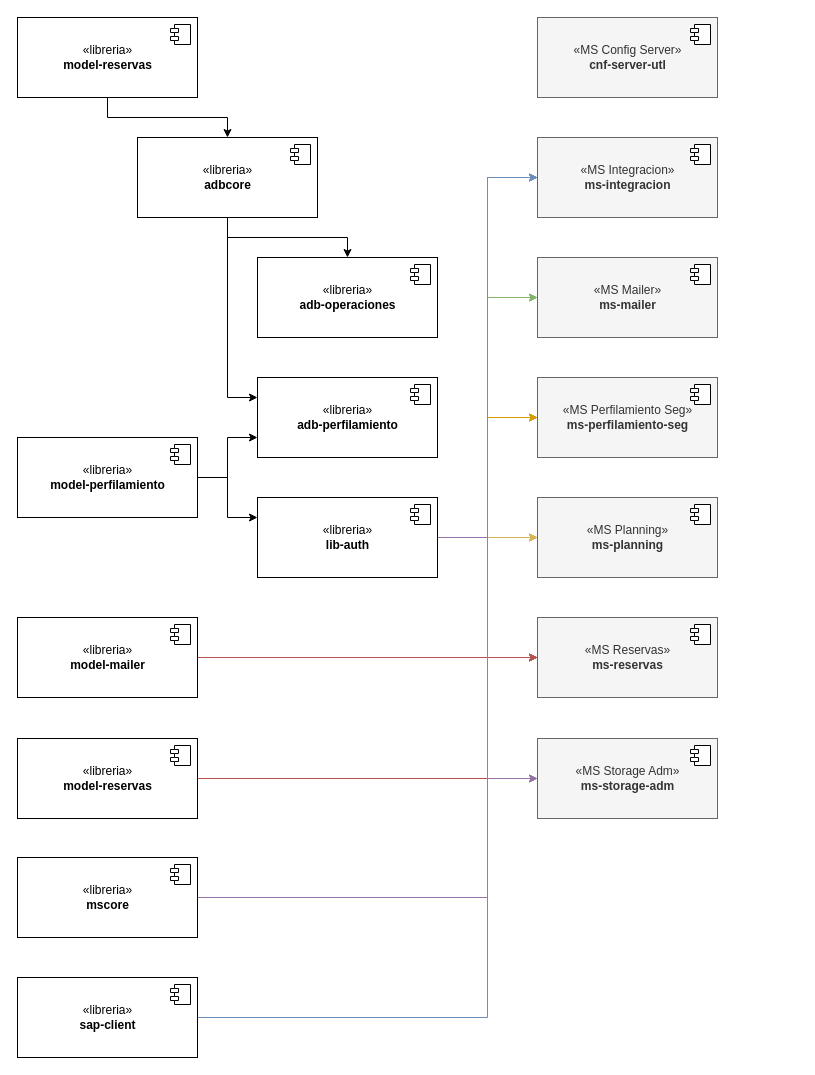
This is globalr/DependenciaReservas.drawio from agasperi/drawio, a draw.io file, before an edit. Source tidied: cells renumbered, new cells numbered last; positions are measured from the earlier drawing's top-left corner, leaving out a move shared by most shapes. Both pictures are drawn from the tidied source at 100%, with x=0, y=0 at pixel (17, 17).
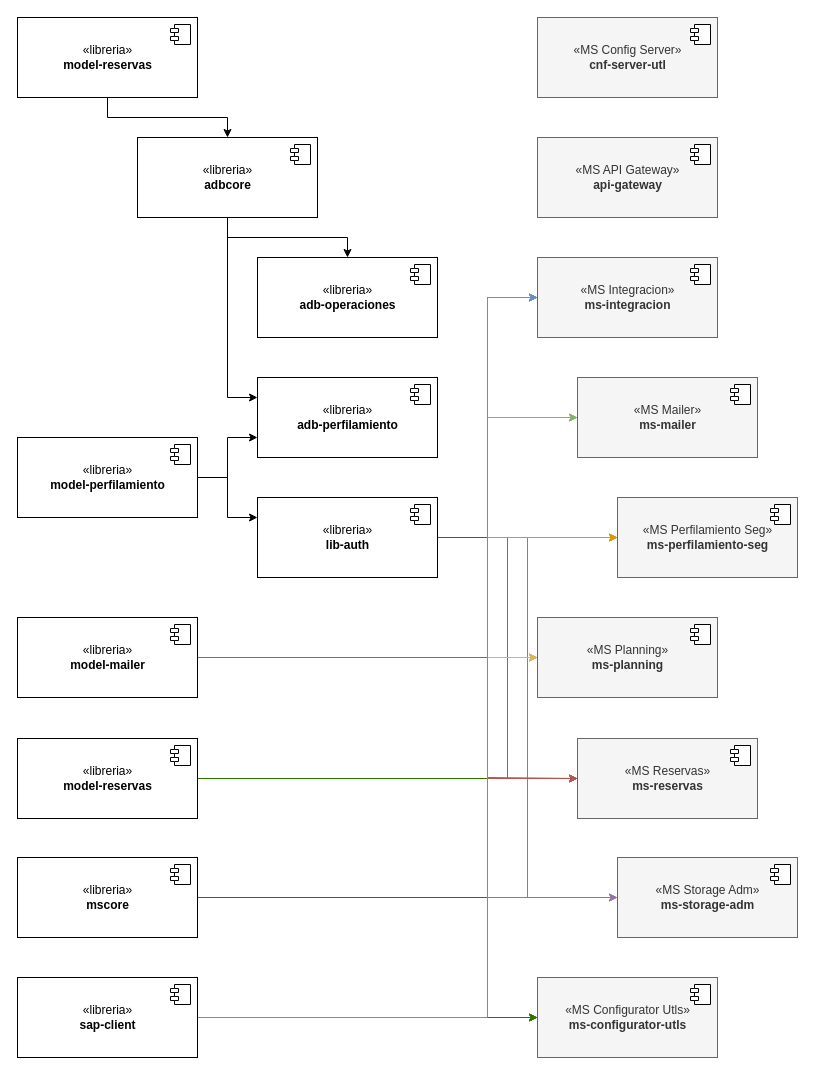
The same page after the edit.

The change refers to these unchanged cells:
```xml
<mxCell id="24" value="«libreria»&lt;br&gt;&lt;b&gt;lib-auth&lt;/b&gt;" style="html=1;" parent="1" vertex="1">
  <mxGeometry x="240" y="480" width="180" height="80" as="geometry" />
</mxCell>
<mxCell id="30" value="«libreria»&lt;br&gt;&lt;b&gt;model-mailer&lt;/b&gt;" style="html=1;" parent="1" vertex="1">
  <mxGeometry y="600" width="180" height="80" as="geometry" />
</mxCell>
<mxCell id="35" value="«libreria»&lt;br&gt;&lt;b&gt;model-reservas&lt;/b&gt;" style="html=1;" parent="1" vertex="1">
  <mxGeometry y="721" width="180" height="80" as="geometry" />
</mxCell>
<mxCell id="43" value="«libreria»&lt;br&gt;&lt;b&gt;mscore&lt;/b&gt;" style="html=1;" parent="1" vertex="1">
  <mxGeometry y="840" width="180" height="80" as="geometry" />
</mxCell>
<mxCell id="48" value="«libreria»&lt;br&gt;&lt;b&gt;sap-client&lt;/b&gt;" style="html=1;" parent="1" vertex="1">
  <mxGeometry y="960" width="180" height="80" as="geometry" />
</mxCell>
```

What changed in the source:
```diff
@@
-    <mxCell id="21" style="edgeStyle=orthogonalEdgeStyle;rounded=0;jettySize=auto;html=1;fillColor=#fff2cc;strokeColor=#d6b656;" parent="1" edge="1" source="24" target="54">
+    <mxCell id="21" style="edgeStyle=orthogonalEdgeStyle;rounded=0;jettySize=auto;html=1;fillColor=#fff2cc;strokeColor=#d6b656;entryX=0;entryY=0.5;entryDx=0;entryDy=0;" parent="1" edge="1" source="24" target="54">
       <mxGeometry relative="1" as="geometry" />
     </mxCell>
@@
+    <mxCell id="60" style="edgeStyle=orthogonalEdgeStyle;rounded=0;jettySize=auto;html=1;entryX=0;entryY=0.5;entryDx=0;entryDy=0;fillColor=#60a917;strokeColor=#2D7600;" parent="1" edge="1" source="24" target="63">
+      <mxGeometry relative="1" as="geometry" />
+    </mxCell>
@@
     <mxCell id="26" style="edgeStyle=orthogonalEdgeStyle;rounded=0;jettySize=auto;html=1;entryX=0;entryY=0.5;entryDx=0;entryDy=0;fillColor=#d5e8d4;strokeColor=#82b366;" parent="1" edge="1" source="30" target="50">
       <mxGeometry relative="1" as="geometry">
         <Array as="points">
           <mxPoint x="470" y="640" />
-          <mxPoint x="470" y="280" />
+          <mxPoint x="470" y="400" />
         </Array>
       </mxGeometry>
     </mxCell>
     <mxCell id="27" style="edgeStyle=orthogonalEdgeStyle;rounded=0;jettySize=auto;html=1;entryX=0;entryY=0.5;entryDx=0;entryDy=0;fillColor=#ffe6cc;strokeColor=#d79b00;" parent="1" edge="1" source="30" target="52">
       <mxGeometry relative="1" as="geometry">
         <Array as="points">
           <mxPoint x="470" y="640" />
-          <mxPoint x="470" y="400" />
+          <mxPoint x="470" y="520" />
         </Array>
       </mxGeometry>
     </mxCell>
     <mxCell id="28" style="edgeStyle=orthogonalEdgeStyle;rounded=0;jettySize=auto;html=1;entryX=0;entryY=0.5;entryDx=0;entryDy=0;fillColor=#fff2cc;strokeColor=#d6b656;" parent="1" edge="1" source="30" target="54">
       <mxGeometry relative="1" as="geometry">
         <Array as="points">
           <mxPoint x="470" y="640" />
-          <mxPoint x="470" y="520" />
+          <mxPoint x="470" y="640" />
         </Array>
       </mxGeometry>
     </mxCell>
-    <mxCell id="29" style="edgeStyle=orthogonalEdgeStyle;rounded=0;jettySize=auto;html=1;fillColor=#f8cecc;strokeColor=#b85450;" parent="1" edge="1" source="30" target="56">
-      <mxGeometry relative="1" as="geometry" />
+    <mxCell id="29" style="edgeStyle=orthogonalEdgeStyle;rounded=0;jettySize=auto;html=1;fillColor=#f8cecc;strokeColor=#b85450;entryX=0;entryY=0.5;entryDx=0;entryDy=0;" parent="1" edge="1" source="30" target="56">
+      <mxGeometry relative="1" as="geometry">
+        <Array as="points">
+          <mxPoint x="490" y="640" />
+          <mxPoint x="490" y="761" />
+        </Array>
+      </mxGeometry>
     </mxCell>
@@
     <mxCell id="32" style="edgeStyle=orthogonalEdgeStyle;rounded=0;jettySize=auto;html=1;fillColor=#dae8fc;strokeColor=#6c8ebf;entryX=0;entryY=0.5;entryDx=0;entryDy=0;" parent="1" edge="1" source="35" target="45">
       <mxGeometry relative="1" as="geometry">
         <Array as="points">
           <mxPoint x="470" y="761" />
-          <mxPoint x="470" y="160" />
+          <mxPoint x="470" y="280" />
         </Array>
       </mxGeometry>
     </mxCell>
     <mxCell id="33" style="edgeStyle=orthogonalEdgeStyle;rounded=0;jettySize=auto;html=1;entryX=0;entryY=0.5;entryDx=0;entryDy=0;fillColor=#fff2cc;strokeColor=#d6b656;" parent="1" edge="1" source="35" target="54">
       <mxGeometry relative="1" as="geometry">
         <Array as="points">
           <mxPoint x="470" y="761" />
-          <mxPoint x="470" y="520" />
+          <mxPoint x="470" y="640" />
         </Array>
       </mxGeometry>
     </mxCell>
     <mxCell id="34" style="edgeStyle=orthogonalEdgeStyle;rounded=0;jettySize=auto;html=1;entryX=0;entryY=0.5;entryDx=0;entryDy=0;fillColor=#f8cecc;strokeColor=#b85450;" parent="1" edge="1" source="35" target="56">
       <mxGeometry relative="1" as="geometry">
         <Array as="points">
           <mxPoint x="470" y="761" />
-          <mxPoint x="470" y="640" />
+          <mxPoint x="470" y="760" />
         </Array>
       </mxGeometry>
     </mxCell>
+    <mxCell id="61" style="edgeStyle=orthogonalEdgeStyle;rounded=0;jettySize=auto;html=1;entryX=0;entryY=0.5;entryDx=0;entryDy=0;fillColor=#60a917;strokeColor=#2D7600;" parent="1" edge="1" source="35" target="63">
+      <mxGeometry relative="1" as="geometry">
+        <Array as="points">
+          <mxPoint x="470" y="761" />
+          <mxPoint x="470" y="1000" />
+        </Array>
+      </mxGeometry>
+    </mxCell>
@@
     <mxCell id="37" style="edgeStyle=orthogonalEdgeStyle;rounded=0;jettySize=auto;html=1;fillColor=#dae8fc;strokeColor=#6c8ebf;entryX=0;entryY=0.5;entryDx=0;entryDy=0;" parent="1" edge="1" source="43" target="45">
       <mxGeometry relative="1" as="geometry">
         <Array as="points">
           <mxPoint x="470" y="880" />
-          <mxPoint x="470" y="160" />
+          <mxPoint x="470" y="280" />
         </Array>
       </mxGeometry>
     </mxCell>
     <mxCell id="38" style="edgeStyle=orthogonalEdgeStyle;rounded=0;jettySize=auto;html=1;entryX=0;entryY=0.5;entryDx=0;entryDy=0;fillColor=#d5e8d4;strokeColor=#82b366;" parent="1" edge="1" source="43" target="50">
       <mxGeometry relative="1" as="geometry">
         <Array as="points">
           <mxPoint x="470" y="880" />
-          <mxPoint x="470" y="280" />
+          <mxPoint x="470" y="400" />
         </Array>
       </mxGeometry>
     </mxCell>
     <mxCell id="39" style="edgeStyle=orthogonalEdgeStyle;rounded=0;jettySize=auto;html=1;entryX=0;entryY=0.5;entryDx=0;entryDy=0;fillColor=#ffe6cc;strokeColor=#d79b00;" parent="1" edge="1" source="43" target="52">
       <mxGeometry relative="1" as="geometry">
         <Array as="points">
           <mxPoint x="470" y="880" />
-          <mxPoint x="470" y="400" />
+          <mxPoint x="470" y="520" />
         </Array>
       </mxGeometry>
     </mxCell>
     <mxCell id="40" style="edgeStyle=orthogonalEdgeStyle;rounded=0;jettySize=auto;html=1;entryX=0;entryY=0.5;entryDx=0;entryDy=0;fillColor=#fff2cc;strokeColor=#d6b656;" parent="1" edge="1" source="43" target="54">
       <mxGeometry relative="1" as="geometry">
         <Array as="points">
           <mxPoint x="470" y="880" />
-          <mxPoint x="470" y="520" />
+          <mxPoint x="470" y="640" />
         </Array>
       </mxGeometry>
     </mxCell>
     <mxCell id="41" style="edgeStyle=orthogonalEdgeStyle;rounded=0;jettySize=auto;html=1;entryX=0;entryY=0.5;entryDx=0;entryDy=0;fillColor=#f8cecc;strokeColor=#b85450;" parent="1" edge="1" source="43" target="56">
       <mxGeometry relative="1" as="geometry">
         <Array as="points">
           <mxPoint x="470" y="880" />
-          <mxPoint x="470" y="640" />
+          <mxPoint x="470" y="761" />
         </Array>
       </mxGeometry>
     </mxCell>
     <mxCell id="42" style="edgeStyle=orthogonalEdgeStyle;rounded=0;jettySize=auto;html=1;entryX=0;entryY=0.5;entryDx=0;entryDy=0;fillColor=#e1d5e7;strokeColor=#9673a6;" parent="1" edge="1" source="43" target="58">
       <mxGeometry relative="1" as="geometry">
         <Array as="points">
-          <mxPoint x="470" y="880" />
-          <mxPoint x="470" y="761" />
+          <mxPoint x="540" y="880" />
+          <mxPoint x="540" y="880" />
         </Array>
       </mxGeometry>
     </mxCell>
+    <mxCell id="62" style="edgeStyle=orthogonalEdgeStyle;rounded=0;jettySize=auto;html=1;fillColor=#60a917;strokeColor=#2D7600;entryX=0;entryY=0.5;entryDx=0;entryDy=0;" parent="1" edge="1" source="43" target="63">
+      <mxGeometry relative="1" as="geometry">
+        <Array as="points">
+          <mxPoint x="470" y="880" />
+          <mxPoint x="470" y="1000" />
+        </Array>
+      </mxGeometry>
+    </mxCell>
@@
     <mxCell id="45" value="«MS Integracion»&lt;br&gt;&lt;b&gt;ms-integracion&lt;/b&gt;" style="html=1;fillColor=#f5f5f5;fontColor=#333333;strokeColor=#666666;" parent="1" vertex="1">
-      <mxGeometry x="520" y="120" width="180" height="80" as="geometry" />
+      <mxGeometry x="520" y="240" width="180" height="80" as="geometry" />
     </mxCell>
@@
     <mxCell id="47" style="edgeStyle=orthogonalEdgeStyle;rounded=0;jettySize=auto;html=1;fillColor=#dae8fc;strokeColor=#6c8ebf;entryX=0;entryY=0.5;entryDx=0;entryDy=0;" parent="1" edge="1" source="48" target="45">
       <mxGeometry relative="1" as="geometry">
         <Array as="points">
           <mxPoint x="470" y="1000" />
-          <mxPoint x="470" y="160" />
+          <mxPoint x="470" y="280" />
         </Array>
       </mxGeometry>
     </mxCell>
@@
     <mxCell id="50" value="«MS Mailer»&lt;br&gt;&lt;b&gt;ms-mailer&lt;/b&gt;" style="html=1;fillColor=#f5f5f5;fontColor=#333333;strokeColor=#666666;" parent="1" vertex="1">
-      <mxGeometry x="520" y="240" width="180" height="80" as="geometry" />
+      <mxGeometry x="560" y="360" width="180" height="80" as="geometry" />
     </mxCell>
@@
     <mxCell id="52" value="«MS Perfilamiento Seg»&lt;br&gt;&lt;b&gt;ms-perfilamiento-seg&lt;/b&gt;" style="html=1;fillColor=#f5f5f5;fontColor=#333333;strokeColor=#666666;" parent="1" vertex="1">
-      <mxGeometry x="520" y="360" width="180" height="80" as="geometry" />
+      <mxGeometry x="600" y="480" width="180" height="80" as="geometry" />
     </mxCell>
@@
     <mxCell id="54" value="«MS Planning»&lt;br&gt;&lt;b&gt;ms-planning&lt;/b&gt;" style="html=1;fillColor=#f5f5f5;fontColor=#333333;strokeColor=#666666;" parent="1" vertex="1">
-      <mxGeometry x="520" y="480" width="180" height="80" as="geometry" />
+      <mxGeometry x="520" y="600" width="180" height="80" as="geometry" />
     </mxCell>
@@
     <mxCell id="56" value="«MS Reservas»&lt;br&gt;&lt;b&gt;ms-reservas&lt;/b&gt;" style="html=1;fillColor=#f5f5f5;fontColor=#333333;strokeColor=#666666;" parent="1" vertex="1">
-      <mxGeometry x="520" y="600" width="180" height="80" as="geometry" />
+      <mxGeometry x="560" y="721" width="180" height="80" as="geometry" />
     </mxCell>
@@
     <mxCell id="58" value="«MS Storage Adm»&lt;br&gt;&lt;b&gt;ms-storage-adm&lt;/b&gt;" style="html=1;fillColor=#f5f5f5;fontColor=#333333;strokeColor=#666666;" parent="1" vertex="1">
-      <mxGeometry x="520" y="721" width="180" height="80" as="geometry" />
+      <mxGeometry x="600" y="840" width="180" height="80" as="geometry" />
     </mxCell>
@@
+    <mxCell id="63" value="«MS Configurator Utls»&lt;br&gt;&lt;b&gt;ms-configurator-utls&lt;/b&gt;" style="html=1;fillColor=#f5f5f5;fontColor=#333333;strokeColor=#666666;" parent="1" vertex="1">
+      <mxGeometry x="520" y="960" width="180" height="80" as="geometry" />
+    </mxCell>
+    <mxCell id="64" style="shape=module;jettyWidth=8;jettyHeight=4;" parent="63" vertex="1">
+      <mxGeometry x="1" width="20" height="20" relative="1" as="geometry">
+        <mxPoint x="-27" y="7" as="offset" />
+      </mxGeometry>
+    </mxCell>
+    <mxCell id="65" value="«MS API Gateway»&lt;br&gt;&lt;b&gt;api-gateway&lt;/b&gt;" style="html=1;fillColor=#f5f5f5;fontColor=#333333;strokeColor=#666666;" parent="1" vertex="1">
+      <mxGeometry x="520" y="120" width="180" height="80" as="geometry" />
+    </mxCell>
+    <mxCell id="66" style="shape=module;jettyWidth=8;jettyHeight=4;" parent="65" vertex="1">
+      <mxGeometry x="1" width="20" height="20" relative="1" as="geometry">
+        <mxPoint x="-27" y="7" as="offset" />
+      </mxGeometry>
+    </mxCell>
```
